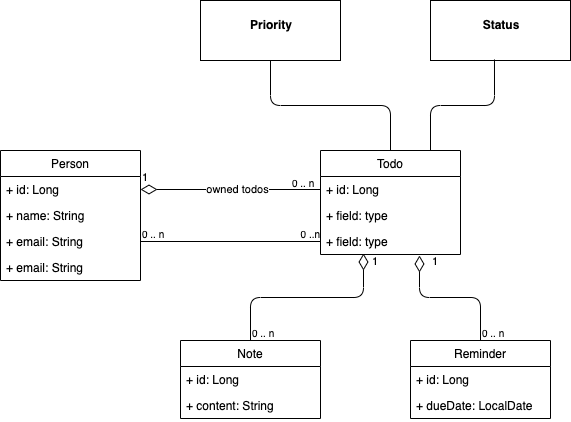
Earlier version of the draw.io export model/Todo App - Class Diagram.png (stratospheric-dev/stratospheric). Source tidied: cells renumbered, new cells last; positions are measured from the earlier drawing's top-left corner, leaving out a move shared by most shapes.
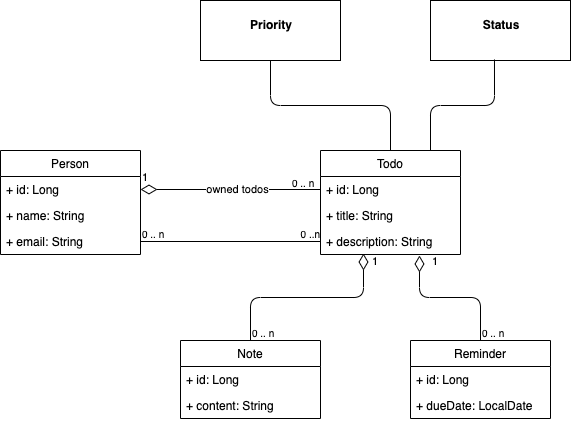
After the commit.

Commit message:
Fixed class diagram

Change to the diagram source:
```diff
@@ -9,7 +9,7 @@
       <mxGeometry x="430" width="140" height="60" as="geometry" />
     </mxCell>
     <mxCell id="4" value="Person" style="swimlane;fontStyle=0;horizontal=1;startSize=26;fillColor=none;" parent="1" vertex="1">
-      <mxGeometry y="150" width="140" height="130" as="geometry" />
+      <mxGeometry y="150" width="140" height="104" as="geometry" />
     </mxCell>
     <mxCell id="5" value="+ id: Long" style="text;strokeColor=none;fillColor=none;align=left;verticalAlign=top;spacingLeft=4;spacingRight=4;overflow=hidden;points=[[0,0.5],[1,0.5]];portConstraint=eastwest;" parent="4" vertex="1">
       <mxGeometry y="26" width="140" height="26" as="geometry" />
@@ -20,9 +20,6 @@
     <mxCell id="7" value="+ email: String" style="text;strokeColor=none;fillColor=none;align=left;verticalAlign=top;spacingLeft=4;spacingRight=4;overflow=hidden;points=[[0,0.5],[1,0.5]];portConstraint=eastwest;" parent="4" vertex="1">
       <mxGeometry y="78" width="140" height="26" as="geometry" />
     </mxCell>
-    <mxCell id="8" value="+ email: String" style="text;strokeColor=none;fillColor=none;align=left;verticalAlign=top;spacingLeft=4;spacingRight=4;overflow=hidden;" parent="4" vertex="1">
-      <mxGeometry y="104" width="140" height="26" as="geometry" />
-    </mxCell>
     <mxCell id="9" value="1" style="endArrow=none;html=1;endSize=12;startArrow=diamondThin;startSize=14;startFill=0;edgeStyle=orthogonalEdgeStyle;align=left;verticalAlign=bottom;exitX=1;exitY=0.5;exitDx=0;exitDy=0;entryX=0;entryY=0.5;entryDx=0;entryDy=0;endFill=0;" parent="1" edge="1" source="5" target="12">
       <mxGeometry x="-1" y="3" relative="1" as="geometry" />
     </mxCell>
@@ -35,10 +32,10 @@
     <mxCell id="12" value="+ id: Long" style="text;strokeColor=none;fillColor=none;align=left;verticalAlign=top;spacingLeft=4;spacingRight=4;overflow=hidden;points=[[0,0.5],[1,0.5]];portConstraint=eastwest;" parent="11" vertex="1">
       <mxGeometry y="26" width="140" height="26" as="geometry" />
     </mxCell>
-    <mxCell id="13" value="+ field: type" style="text;strokeColor=none;fillColor=none;align=left;verticalAlign=top;spacingLeft=4;spacingRight=4;overflow=hidden;" parent="11" vertex="1">
+    <mxCell id="13" value="+ title: String" style="text;strokeColor=none;fillColor=none;align=left;verticalAlign=top;spacingLeft=4;spacingRight=4;overflow=hidden;" parent="11" vertex="1">
       <mxGeometry y="52" width="140" height="26" as="geometry" />
     </mxCell>
-    <mxCell id="14" value="+ field: type" style="text;strokeColor=none;fillColor=none;align=left;verticalAlign=top;spacingLeft=4;spacingRight=4;overflow=hidden;points=[[0,0.5],[1,0.5]];portConstraint=eastwest;" parent="11" vertex="1">
+    <mxCell id="14" value="+ description: String" style="text;strokeColor=none;fillColor=none;align=left;verticalAlign=top;spacingLeft=4;spacingRight=4;overflow=hidden;points=[[0,0.5],[1,0.5]];portConstraint=eastwest;" parent="11" vertex="1">
       <mxGeometry y="78" width="140" height="26" as="geometry" />
     </mxCell>
     <mxCell id="15" style="endArrow=none;html=1;edgeStyle=orthogonalEdgeStyle;exitX=1;exitY=0.5;exitDx=0;exitDy=0;" parent="1" edge="1" source="7">
```
